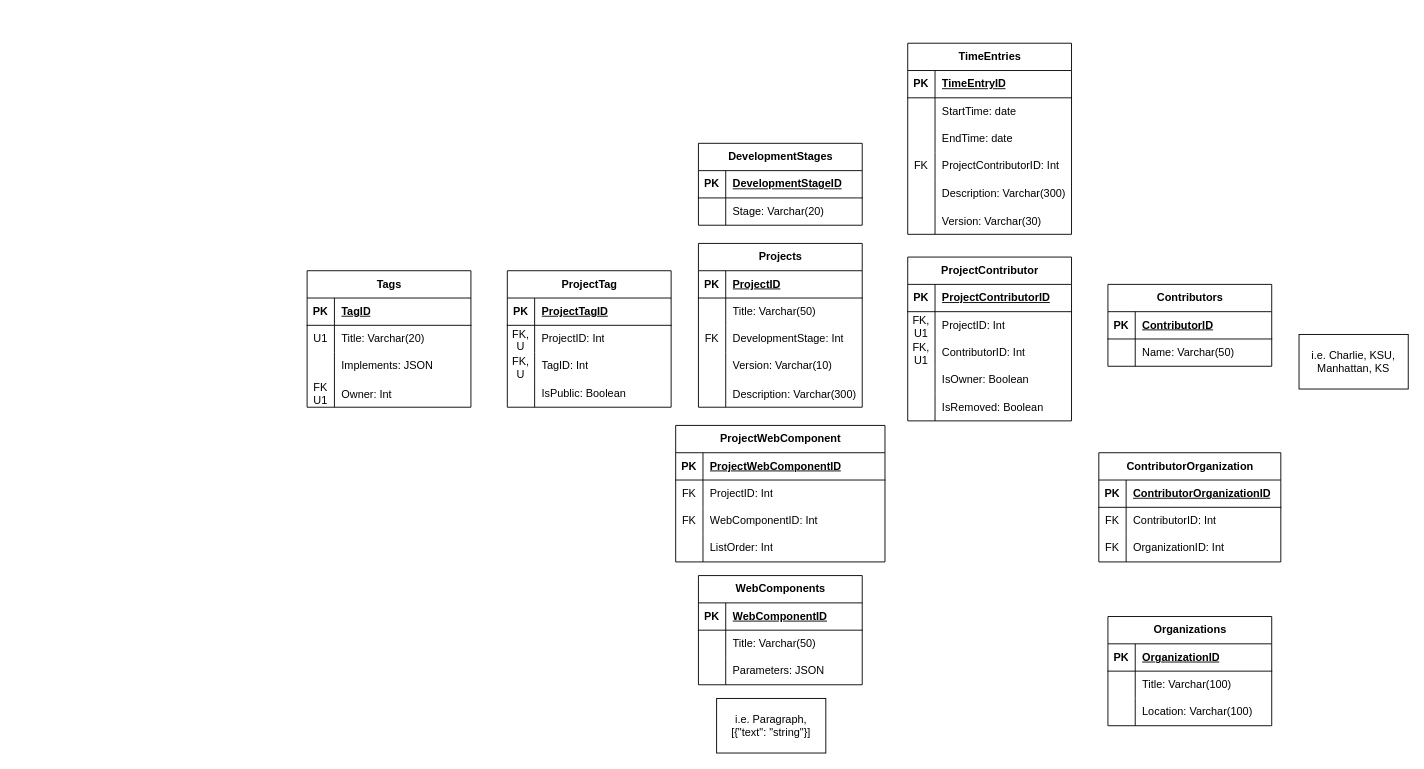
The draw.io diagram Documentation/projectmanager.drawio in TheChar/SphereAPI, before the edit. Source tidied: cells renumbered, new cells numbered last; positions are measured from the earlier drawing's top-left corner, leaving out a move shared by most shapes. Both pictures are drawn from the tidied source at 91%, with x=0, y=0 at pixel (307, 43).
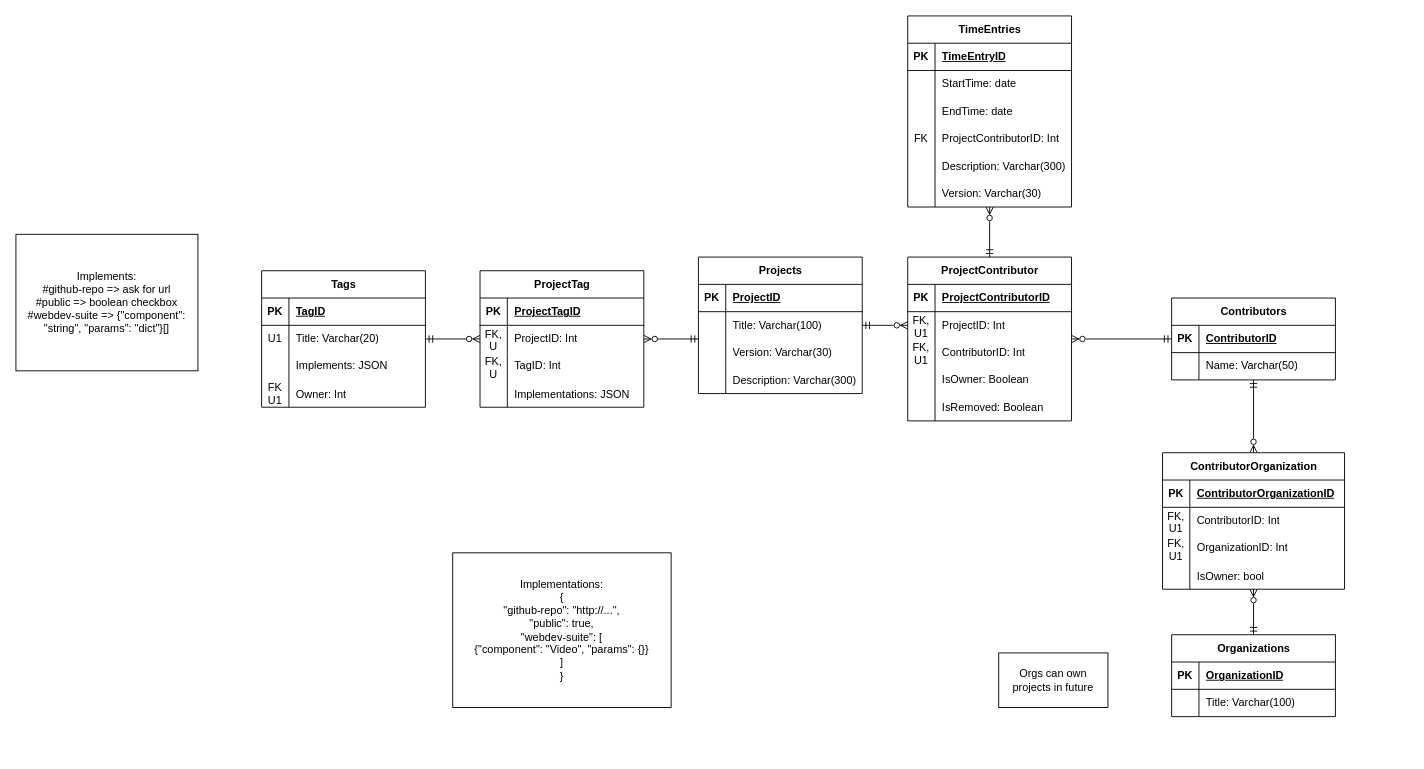
Above is the later version.

The change refers to these unchanged cells:
```xml
<mxCell id="6" style="shape=tableRow;horizontal=0;startSize=0;swimlaneHead=0;swimlaneBody=0;fillColor=none;top=0;left=0;right=0;bottom=0;" parent="2" vertex="1">
  <mxGeometry y="60" width="180" height="30" as="geometry" />
</mxCell>
<mxCell id="48" value="ProjectContributor" style="shape=table;startSize=30;childLayout=tableLayout;rowLines=0;fontStyle=1;align=center;html=1;" parent="1" vertex="1">
  <mxGeometry x="660" y="235" width="180" height="180" as="geometry" />
</mxCell>
<mxCell id="52" style="shape=tableRow;horizontal=0;startSize=0;swimlaneHead=0;swimlaneBody=0;fillColor=none;points=[[0,0.5],[1,0.5]];portConstraint=eastwest;top=0;left=0;right=0;bottom=0;" parent="48" vertex="1">
  <mxGeometry y="60" width="180" height="30" as="geometry" />
</mxCell>
<mxCell id="81" style="shape=tableRow;horizontal=0;startSize=0;swimlaneHead=0;swimlaneBody=0;fillColor=none;points=[[0,0.5],[1,0.5]];portConstraint=eastwest;top=0;left=0;right=0;bottom=0;" parent="77" vertex="1">
  <mxGeometry y="60" width="180" height="30" as="geometry" />
</mxCell>
<mxCell id="87" style="shape=tableRow;horizontal=0;startSize=0;swimlaneHead=0;swimlaneBody=0;fillColor=none;top=0;left=0;right=0;bottom=0;" parent="77" vertex="1">
  <mxGeometry y="120" width="180" height="30" as="geometry" />
</mxCell>
<mxCell id="132" style="shape=tableRow;horizontal=0;startSize=0;swimlaneHead=0;swimlaneBody=0;fillColor=none;top=0;left=0;right=0;bottom=0;" parent="128" vertex="1">
  <mxGeometry y="60" width="200" height="30" as="geometry" />
</mxCell>
<mxCell id="135" style="shape=tableRow;horizontal=0;startSize=0;swimlaneHead=0;swimlaneBody=0;fillColor=none;top=0;left=0;right=0;bottom=0;" parent="128" vertex="1">
  <mxGeometry y="90" width="200" height="30" as="geometry" />
</mxCell>
```

The edit, as a diff of the source:
```diff
@@
+    <mxCell id="138" style="edgeStyle=orthogonalEdgeStyle;rounded=0;jettySize=auto;html=1;entryX=0;entryY=0.5;entryDx=0;entryDy=0;startArrow=ERmandOne;startFill=0;endArrow=ERzeroToMany;endFill=0;" parent="1" edge="1" source="2" target="52">
+      <mxGeometry relative="1" as="geometry" />
+    </mxCell>
     <mxCell id="2" value="Projects" style="shape=table;startSize=30;childLayout=tableLayout;rowLines=0;fontStyle=1;align=center;html=1;" parent="1" vertex="1">
-      <mxGeometry x="430" y="220" width="180" height="180" as="geometry" />
+      <mxGeometry x="430" y="235" width="180" height="150" as="geometry" />
     </mxCell>
@@
-    <mxCell id="8" value="Title: Varchar(50)" style="shape=partialRectangle;fillColor=none;top=0;left=0;bottom=0;right=0;align=left;spacingLeft=6;overflow=hidden;whiteSpace=wrap;html=1;" parent="6" vertex="1">
+    <mxCell id="8" value="Title: Varchar(100)" style="shape=partialRectangle;fillColor=none;top=0;left=0;bottom=0;right=0;align=left;spacingLeft=6;overflow=hidden;whiteSpace=wrap;html=1;" parent="6" vertex="1">
       <mxGeometry x="30" width="150" height="30" as="geometry" />
     </mxCell>
-    <mxCell id="9" style="shape=tableRow;horizontal=0;startSize=0;swimlaneHead=0;swimlaneBody=0;fillColor=none;top=0;left=0;right=0;bottom=0;" parent="2" vertex="1">
-      <mxGeometry y="90" width="180" height="30" as="geometry" />
-    </mxCell>
-    <mxCell id="10" value="FK" style="shape=partialRectangle;fillColor=none;top=0;left=0;bottom=0;right=0;overflow=hidden;whiteSpace=wrap;html=1;" parent="9" vertex="1">
-      <mxGeometry width="30" height="30" as="geometry" />
-    </mxCell>
-    <mxCell id="11" value="DevelopmentStage: Int" style="shape=partialRectangle;fillColor=none;top=0;left=0;bottom=0;right=0;align=left;spacingLeft=6;overflow=hidden;whiteSpace=wrap;html=1;" parent="9" vertex="1">
-      <mxGeometry x="30" width="150" height="30" as="geometry" />
-    </mxCell>
     <mxCell id="12" style="shape=tableRow;horizontal=0;startSize=0;swimlaneHead=0;swimlaneBody=0;fillColor=none;top=0;left=0;right=0;bottom=0;" parent="2" vertex="1">
-      <mxGeometry y="120" width="180" height="30" as="geometry" />
+      <mxGeometry y="90" width="180" height="30" as="geometry" />
     </mxCell>
@@
-    <mxCell id="14" value="Version: Varchar(10)" style="shape=partialRectangle;fillColor=none;top=0;left=0;bottom=0;right=0;align=left;spacingLeft=6;overflow=hidden;whiteSpace=wrap;html=1;" parent="12" vertex="1">
+    <mxCell id="14" value="Version: Varchar(30)" style="shape=partialRectangle;fillColor=none;top=0;left=0;bottom=0;right=0;align=left;spacingLeft=6;overflow=hidden;whiteSpace=wrap;html=1;" parent="12" vertex="1">
       <mxGeometry x="30" width="150" height="30" as="geometry" />
     </mxCell>
     <mxCell id="15" style="shape=tableRow;horizontal=0;startSize=0;swimlaneHead=0;swimlaneBody=0;fillColor=none;top=0;left=0;right=0;bottom=0;" parent="2" vertex="1">
-      <mxGeometry y="150" width="180" height="30" as="geometry" />
+      <mxGeometry y="120" width="180" height="30" as="geometry" />
     </mxCell>
@@
+    <mxCell id="139" style="edgeStyle=orthogonalEdgeStyle;rounded=0;jettySize=auto;html=1;startArrow=ERmandOne;startFill=0;endArrow=ERzeroToMany;endFill=0;" parent="1" edge="1" source="18" target="48">
+      <mxGeometry relative="1" as="geometry" />
+    </mxCell>
+    <mxCell id="140" style="edgeStyle=orthogonalEdgeStyle;rounded=0;jettySize=auto;html=1;entryX=0.5;entryY=0;entryDx=0;entryDy=0;startArrow=ERmandOne;startFill=0;endArrow=ERzeroToMany;endFill=0;" parent="1" edge="1" source="18" target="128">
+      <mxGeometry relative="1" as="geometry" />
+    </mxCell>
     <mxCell id="18" value="Contributors" style="shape=table;startSize=30;childLayout=tableLayout;rowLines=0;fontStyle=1;align=center;html=1;" parent="1" vertex="1">
-      <mxGeometry x="880" y="265" width="180" height="90" as="geometry" />
+      <mxGeometry x="950" y="280" width="180" height="90" as="geometry" />
     </mxCell>
@@
-    <mxCell id="25" value="WebComponents" style="shape=table;startSize=30;childLayout=tableLayout;rowLines=0;fontStyle=1;align=center;html=1;" parent="1" vertex="1">
-      <mxGeometry x="430" y="585" width="180" height="120" as="geometry" />
-    </mxCell>
-    <mxCell id="26" style="shape=tableRow;horizontal=0;startSize=0;swimlaneHead=0;swimlaneBody=0;fillColor=none;top=0;left=0;right=0;bottom=1;" parent="25" vertex="1">
-      <mxGeometry y="30" width="180" height="30" as="geometry" />
-    </mxCell>
-    <mxCell id="27" value="PK" style="shape=partialRectangle;fillColor=none;top=0;left=0;bottom=0;right=0;fontStyle=1;overflow=hidden;whiteSpace=wrap;html=1;" parent="26" vertex="1">
-      <mxGeometry width="30" height="30" as="geometry" />
-    </mxCell>
-    <mxCell id="28" value="WebComponentID" style="shape=partialRectangle;fillColor=none;top=0;left=0;bottom=0;right=0;align=left;spacingLeft=6;fontStyle=5;overflow=hidden;whiteSpace=wrap;html=1;" parent="26" vertex="1">
-      <mxGeometry x="30" width="150" height="30" as="geometry" />
-    </mxCell>
-    <mxCell id="29" style="shape=tableRow;horizontal=0;startSize=0;swimlaneHead=0;swimlaneBody=0;fillColor=none;top=0;left=0;right=0;bottom=0;" parent="25" vertex="1">
-      <mxGeometry y="60" width="180" height="30" as="geometry" />
-    </mxCell>
-    <mxCell id="30" style="shape=partialRectangle;fillColor=none;top=0;left=0;bottom=0;right=0;overflow=hidden;whiteSpace=wrap;html=1;" parent="29" vertex="1">
-      <mxGeometry width="30" height="30" as="geometry" />
-    </mxCell>
-    <mxCell id="31" value="Title: Varchar(50)" style="shape=partialRectangle;fillColor=none;top=0;left=0;bottom=0;right=0;align=left;spacingLeft=6;overflow=hidden;whiteSpace=wrap;html=1;" parent="29" vertex="1">
-      <mxGeometry x="30" width="150" height="30" as="geometry" />
-    </mxCell>
-    <mxCell id="32" style="shape=tableRow;horizontal=0;startSize=0;swimlaneHead=0;swimlaneBody=0;fillColor=none;top=0;left=0;right=0;bottom=0;" parent="25" vertex="1">
-      <mxGeometry y="90" width="180" height="30" as="geometry" />
-    </mxCell>
-    <mxCell id="33" style="shape=partialRectangle;fillColor=none;top=0;left=0;bottom=0;right=0;overflow=hidden;whiteSpace=wrap;html=1;" parent="32" vertex="1">
-      <mxGeometry width="30" height="30" as="geometry" />
-    </mxCell>
-    <mxCell id="34" value="Parameters: JSON" style="shape=partialRectangle;fillColor=none;top=0;left=0;bottom=0;right=0;align=left;spacingLeft=6;overflow=hidden;whiteSpace=wrap;html=1;" parent="32" vertex="1">
-      <mxGeometry x="30" width="150" height="30" as="geometry" />
-    </mxCell>
+    <mxCell id="141" style="edgeStyle=orthogonalEdgeStyle;rounded=0;jettySize=auto;html=1;entryX=0;entryY=0.5;entryDx=0;entryDy=0;endArrow=ERzeroToMany;endFill=0;startArrow=ERmandOne;startFill=0;" parent="1" edge="1" source="35" target="81">
+      <mxGeometry relative="1" as="geometry" />
+    </mxCell>
     <mxCell id="35" value="Tags" style="shape=table;startSize=30;childLayout=tableLayout;rowLines=0;fontStyle=1;align=center;html=1;" parent="1" vertex="1">
-      <mxGeometry y="250" width="180" height="150" as="geometry" />
+      <mxGeometry x="-50" y="250" width="180" height="150" as="geometry" />
     </mxCell>
@@
-    <mxCell id="64" value="ProjectWebComponent" style="shape=table;startSize=30;childLayout=tableLayout;rowLines=0;fontStyle=1;align=center;html=1;" parent="1" vertex="1">
-      <mxGeometry x="405" y="420" width="230" height="150" as="geometry" />
-    </mxCell>
-    <mxCell id="65" style="shape=tableRow;horizontal=0;startSize=0;swimlaneHead=0;swimlaneBody=0;fillColor=none;top=0;left=0;right=0;bottom=1;" parent="64" vertex="1">
-      <mxGeometry y="30" width="230" height="30" as="geometry" />
-    </mxCell>
-    <mxCell id="66" value="PK" style="shape=partialRectangle;fillColor=none;top=0;left=0;bottom=0;right=0;fontStyle=1;overflow=hidden;whiteSpace=wrap;html=1;" parent="65" vertex="1">
-      <mxGeometry width="30" height="30" as="geometry" />
-    </mxCell>
-    <mxCell id="67" value="ProjectWebComponentID" style="shape=partialRectangle;fillColor=none;top=0;left=0;bottom=0;right=0;align=left;spacingLeft=6;fontStyle=5;overflow=hidden;whiteSpace=wrap;html=1;" parent="65" vertex="1">
-      <mxGeometry x="30" width="200" height="30" as="geometry" />
-    </mxCell>
-    <mxCell id="68" style="shape=tableRow;horizontal=0;startSize=0;swimlaneHead=0;swimlaneBody=0;fillColor=none;top=0;left=0;right=0;bottom=0;" parent="64" vertex="1">
-      <mxGeometry y="60" width="230" height="30" as="geometry" />
-    </mxCell>
-    <mxCell id="69" value="FK" style="shape=partialRectangle;fillColor=none;top=0;left=0;bottom=0;right=0;overflow=hidden;whiteSpace=wrap;html=1;" parent="68" vertex="1">
-      <mxGeometry width="30" height="30" as="geometry" />
-    </mxCell>
-    <mxCell id="70" value="ProjectID: Int" style="shape=partialRectangle;fillColor=none;top=0;left=0;bottom=0;right=0;align=left;spacingLeft=6;overflow=hidden;whiteSpace=wrap;html=1;" parent="68" vertex="1">
-      <mxGeometry x="30" width="200" height="30" as="geometry" />
-    </mxCell>
-    <mxCell id="71" style="shape=tableRow;horizontal=0;startSize=0;swimlaneHead=0;swimlaneBody=0;fillColor=none;top=0;left=0;right=0;bottom=0;" parent="64" vertex="1">
-      <mxGeometry y="90" width="230" height="30" as="geometry" />
-    </mxCell>
-    <mxCell id="72" value="FK" style="shape=partialRectangle;fillColor=none;top=0;left=0;bottom=0;right=0;overflow=hidden;whiteSpace=wrap;html=1;" parent="71" vertex="1">
-      <mxGeometry width="30" height="30" as="geometry" />
-    </mxCell>
-    <mxCell id="73" value="WebComponentID: Int" style="shape=partialRectangle;fillColor=none;top=0;left=0;bottom=0;right=0;align=left;spacingLeft=6;overflow=hidden;whiteSpace=wrap;html=1;" parent="71" vertex="1">
-      <mxGeometry x="30" width="200" height="30" as="geometry" />
-    </mxCell>
-    <mxCell id="74" style="shape=tableRow;horizontal=0;startSize=0;swimlaneHead=0;swimlaneBody=0;fillColor=none;top=0;left=0;right=0;bottom=0;" parent="64" vertex="1">
-      <mxGeometry y="120" width="230" height="30" as="geometry" />
-    </mxCell>
-    <mxCell id="75" style="shape=partialRectangle;fillColor=none;top=0;left=0;bottom=0;right=0;overflow=hidden;whiteSpace=wrap;html=1;" parent="74" vertex="1">
-      <mxGeometry width="30" height="30" as="geometry" />
-    </mxCell>
-    <mxCell id="76" value="ListOrder: Int" style="shape=partialRectangle;fillColor=none;top=0;left=0;bottom=0;right=0;align=left;spacingLeft=6;overflow=hidden;whiteSpace=wrap;html=1;" parent="74" vertex="1">
-      <mxGeometry x="30" width="200" height="30" as="geometry" />
-    </mxCell>
+    <mxCell id="142" style="edgeStyle=orthogonalEdgeStyle;rounded=0;jettySize=auto;html=1;entryX=0;entryY=0.5;entryDx=0;entryDy=0;endArrow=ERmandOne;endFill=0;startArrow=ERzeroToMany;startFill=0;" parent="1" edge="1" source="77">
+      <mxGeometry relative="1" as="geometry">
+        <mxPoint x="430" y="325" as="targetPoint" />
+      </mxGeometry>
+    </mxCell>
     <mxCell id="77" value="ProjectTag" style="shape=table;startSize=30;childLayout=tableLayout;rowLines=0;fontStyle=1;align=center;html=1;" parent="1" vertex="1">
-      <mxGeometry x="220" y="250" width="180" height="150" as="geometry" />
+      <mxGeometry x="190" y="250" width="180" height="150" as="geometry" />
     </mxCell>
@@
-    <mxCell id="88" style="shape=partialRectangle;fillColor=none;top=0;left=0;bottom=0;right=0;overflow=hidden;whiteSpace=wrap;html=1;" parent="87" vertex="1">
-      <mxGeometry width="30" height="30" as="geometry" />
-    </mxCell>
-    <mxCell id="89" value="IsPublic: Boolean" style="shape=partialRectangle;fillColor=none;top=0;left=0;bottom=0;right=0;align=left;spacingLeft=6;overflow=hidden;whiteSpace=wrap;html=1;" parent="87" vertex="1">
-      <mxGeometry x="30" width="150" height="30" as="geometry" />
-    </mxCell>
+    <mxCell id="143" style="shape=partialRectangle;fillColor=none;top=0;left=0;bottom=0;right=0;overflow=hidden;" parent="87" vertex="1">
+      <mxGeometry width="30" height="30" as="geometry" />
+    </mxCell>
+    <mxCell id="144" value="Implementations: JSON" style="shape=partialRectangle;fillColor=none;top=0;left=0;bottom=0;right=0;align=left;spacingLeft=6;overflow=hidden;" parent="87" vertex="1">
+      <mxGeometry x="30" width="150" height="30" as="geometry" />
+    </mxCell>
+    <mxCell id="145" style="edgeStyle=orthogonalEdgeStyle;rounded=0;jettySize=auto;html=1;entryX=0.5;entryY=0;entryDx=0;entryDy=0;endArrow=ERmandOne;endFill=0;startArrow=ERzeroToMany;startFill=0;" parent="1" edge="1" source="90" target="48">
+      <mxGeometry relative="1" as="geometry" />
+    </mxCell>
     <mxCell id="90" value="TimeEntries" style="shape=table;startSize=30;childLayout=tableLayout;rowLines=0;fontStyle=1;align=center;html=1;" parent="1" vertex="1">
-      <mxGeometry x="660" width="180" height="210" as="geometry" />
+      <mxGeometry x="660" y="-30" width="180" height="210" as="geometry" />
     </mxCell>
@@
-    <mxCell id="109" value="i.e. Charlie, KSU, Manhattan, KS" style="rounded=0;whiteSpace=wrap;html=1;" parent="1" vertex="1">
-      <mxGeometry x="1090" y="320" width="120" height="60" as="geometry" />
-    </mxCell>
-    <mxCell id="110" value="i.e. Paragraph, [{&quot;text&quot;: &quot;string&quot;}]" style="rounded=0;whiteSpace=wrap;html=1;" parent="1" vertex="1">
-      <mxGeometry x="450" y="720" width="120" height="60" as="geometry" />
-    </mxCell>
-    <mxCell id="111" value="DevelopmentStages" style="shape=table;startSize=30;childLayout=tableLayout;rowLines=0;fontStyle=1;align=center;html=1;" parent="1" vertex="1">
-      <mxGeometry x="430" y="110" width="180" height="90" as="geometry" />
-    </mxCell>
-    <mxCell id="112" style="shape=tableRow;horizontal=0;startSize=0;swimlaneHead=0;swimlaneBody=0;fillColor=none;top=0;left=0;right=0;bottom=1;" parent="111" vertex="1">
-      <mxGeometry y="30" width="180" height="30" as="geometry" />
-    </mxCell>
-    <mxCell id="113" value="PK" style="shape=partialRectangle;fillColor=none;top=0;left=0;bottom=0;right=0;fontStyle=1;overflow=hidden;whiteSpace=wrap;html=1;" parent="112" vertex="1">
-      <mxGeometry width="30" height="30" as="geometry" />
-    </mxCell>
-    <mxCell id="114" value="DevelopmentStageID" style="shape=partialRectangle;fillColor=none;top=0;left=0;bottom=0;right=0;align=left;spacingLeft=6;fontStyle=5;overflow=hidden;whiteSpace=wrap;html=1;" parent="112" vertex="1">
-      <mxGeometry x="30" width="150" height="30" as="geometry" />
-    </mxCell>
-    <mxCell id="115" style="shape=tableRow;horizontal=0;startSize=0;swimlaneHead=0;swimlaneBody=0;fillColor=none;top=0;left=0;right=0;bottom=0;" parent="111" vertex="1">
-      <mxGeometry y="60" width="180" height="30" as="geometry" />
-    </mxCell>
-    <mxCell id="116" style="shape=partialRectangle;fillColor=none;top=0;left=0;bottom=0;right=0;overflow=hidden;whiteSpace=wrap;html=1;" parent="115" vertex="1">
-      <mxGeometry width="30" height="30" as="geometry" />
-    </mxCell>
-    <mxCell id="117" value="Stage: Varchar(20)" style="shape=partialRectangle;fillColor=none;top=0;left=0;bottom=0;right=0;align=left;spacingLeft=6;overflow=hidden;whiteSpace=wrap;html=1;" parent="115" vertex="1">
-      <mxGeometry x="30" width="150" height="30" as="geometry" />
-    </mxCell>
+    <mxCell id="146" style="edgeStyle=orthogonalEdgeStyle;rounded=0;jettySize=auto;html=1;startArrow=ERmandOne;startFill=0;endArrow=ERzeroToMany;endFill=0;" parent="1" edge="1" source="118" target="128">
+      <mxGeometry relative="1" as="geometry" />
+    </mxCell>
     <mxCell id="118" value="Organizations" style="shape=table;startSize=30;childLayout=tableLayout;rowLines=0;fontStyle=1;align=center;html=1;" parent="1" vertex="1">
-      <mxGeometry x="880" y="630" width="180" height="120" as="geometry" />
+      <mxGeometry x="950" y="650" width="180" height="90" as="geometry" />
     </mxCell>
@@
-    <mxCell id="125" style="shape=tableRow;horizontal=0;startSize=0;swimlaneHead=0;swimlaneBody=0;fillColor=none;top=0;left=0;right=0;bottom=0;" parent="118" vertex="1">
-      <mxGeometry y="90" width="180" height="30" as="geometry" />
-    </mxCell>
-    <mxCell id="126" style="shape=partialRectangle;fillColor=none;top=0;left=0;bottom=0;right=0;overflow=hidden;whiteSpace=wrap;html=1;" parent="125" vertex="1">
-      <mxGeometry width="30" height="30" as="geometry" />
-    </mxCell>
-    <mxCell id="127" value="Location: Varchar(100)" style="shape=partialRectangle;fillColor=none;top=0;left=0;bottom=0;right=0;align=left;spacingLeft=6;overflow=hidden;whiteSpace=wrap;html=1;" parent="125" vertex="1">
-      <mxGeometry x="30" width="150" height="30" as="geometry" />
-    </mxCell>
     <mxCell id="128" value="ContributorOrganization" style="shape=table;startSize=30;childLayout=tableLayout;rowLines=0;fontStyle=1;align=center;html=1;" parent="1" vertex="1">
-      <mxGeometry x="870" y="450" width="200" height="120" as="geometry" />
+      <mxGeometry x="940" y="450" width="200" height="150" as="geometry" />
     </mxCell>
@@
-    <mxCell id="133" value="FK" style="shape=partialRectangle;fillColor=none;top=0;left=0;bottom=0;right=0;overflow=hidden;whiteSpace=wrap;html=1;" parent="132" vertex="1">
+    <mxCell id="133" value="FK, U1" style="shape=partialRectangle;fillColor=none;top=0;left=0;bottom=0;right=0;overflow=hidden;whiteSpace=wrap;html=1;" parent="132" vertex="1">
       <mxGeometry width="30" height="30" as="geometry" />
     </mxCell>
@@
-    <mxCell id="136" value="FK" style="shape=partialRectangle;fillColor=none;top=0;left=0;bottom=0;right=0;overflow=hidden;whiteSpace=wrap;html=1;" parent="135" vertex="1">
+    <mxCell id="136" value="FK, U1" style="shape=partialRectangle;fillColor=none;top=0;left=0;bottom=0;right=0;overflow=hidden;whiteSpace=wrap;html=1;" parent="135" vertex="1">
       <mxGeometry width="30" height="30" as="geometry" />
     </mxCell>
@@
+    <mxCell id="147" style="shape=tableRow;horizontal=0;startSize=0;swimlaneHead=0;swimlaneBody=0;fillColor=none;top=0;left=0;right=0;bottom=0;" parent="128" vertex="1">
+      <mxGeometry y="120" width="200" height="30" as="geometry" />
+    </mxCell>
+    <mxCell id="148" style="shape=partialRectangle;fillColor=none;top=0;left=0;bottom=0;right=0;overflow=hidden;" parent="147" vertex="1">
+      <mxGeometry width="30" height="30" as="geometry" />
+    </mxCell>
+    <mxCell id="149" value="IsOwner: bool" style="shape=partialRectangle;fillColor=none;top=0;left=0;bottom=0;right=0;align=left;spacingLeft=6;overflow=hidden;" parent="147" vertex="1">
+      <mxGeometry x="30" width="170" height="30" as="geometry" />
+    </mxCell>
+    <mxCell id="150" value="Implements:&lt;div&gt;#github-repo =&amp;gt; ask for url&lt;/div&gt;&lt;div&gt;#public =&amp;gt; boolean checkbox&lt;/div&gt;&lt;div&gt;#webdev-suite =&amp;gt; {&quot;component&quot;: &quot;string&quot;, &quot;params&quot;: &quot;dict&quot;}[]&lt;/div&gt;" style="rounded=0;whiteSpace=wrap;html=1;" parent="1" vertex="1">
+      <mxGeometry x="-320" y="210" width="200" height="150" as="geometry" />
+    </mxCell>
+    <mxCell id="151" value="Implementations:&lt;div&gt;{&lt;/div&gt;&lt;div&gt;&quot;github-repo&quot;: &quot;http://...&quot;,&lt;/div&gt;&lt;div&gt;&quot;public&quot;: true,&lt;/div&gt;&lt;div&gt;&quot;webdev-suite&quot;: [&lt;/div&gt;&lt;div&gt;{&quot;component&quot;: &quot;Video&quot;, &quot;params&quot;: {}}&lt;/div&gt;&lt;div&gt;]&lt;/div&gt;&lt;div&gt;}&lt;/div&gt;" style="rounded=0;whiteSpace=wrap;html=1;" parent="1" vertex="1">
+      <mxGeometry x="160" y="560" width="240" height="170" as="geometry" />
+    </mxCell>
+    <mxCell id="152" value="Orgs can own projects in future" style="rounded=0;whiteSpace=wrap;html=1;" parent="1" vertex="1">
+      <mxGeometry x="760" y="670" width="120" height="60" as="geometry" />
+    </mxCell>
```
